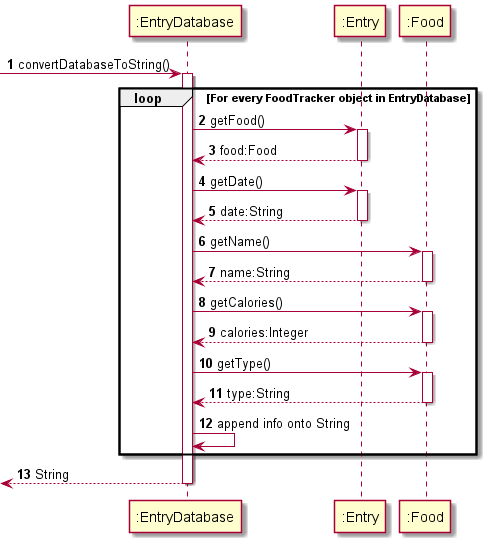
praj-bellakka/tp keeps this PlantUML diagram as docs/diagrams-DG/EntryDatabase_convertDatabaseToString_Seq.png. Above is the earlier version. Its diagram source:
```plantuml
@startuml

autonumber

-> ":EntryDatabase": convertDatabaseToString()
activate ":EntryDatabase"

loop For every FoodTracker object in EntryDatabase

    ":EntryDatabase" -> ":Entry": getFood()
    activate ":Entry"
    return food:Food

    ":EntryDatabase" -> ":Entry": getDate()
    activate ":Entry"
    return date:String

    ":EntryDatabase" -> ":Food": getName()
    activate ":Food"
    return name:String

    ":EntryDatabase" -> ":Food": getCalories()
    activate ":Food"
    return calories:Integer

    ":EntryDatabase" -> ":Food": getType()
    activate ":Food"
    return type:String

    ":EntryDatabase" -> ":EntryDatabase": append info onto String

end

return String
@enduml
```
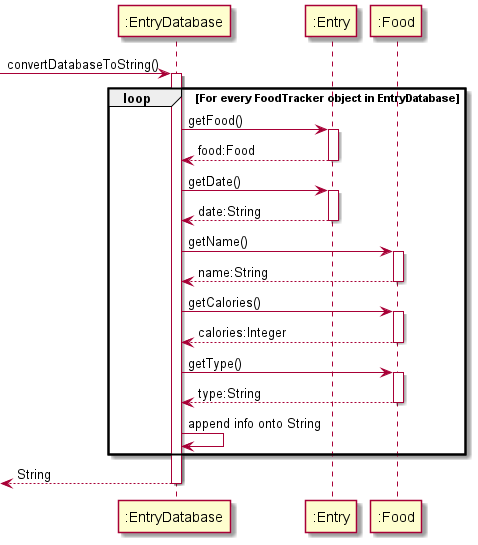
After the change.

What changed in the source:
```diff
@@ -1,6 +1,4 @@
 @startuml
-
-autonumber
 
 -> ":EntryDatabase": convertDatabaseToString()
 activate ":EntryDatabase"
```
